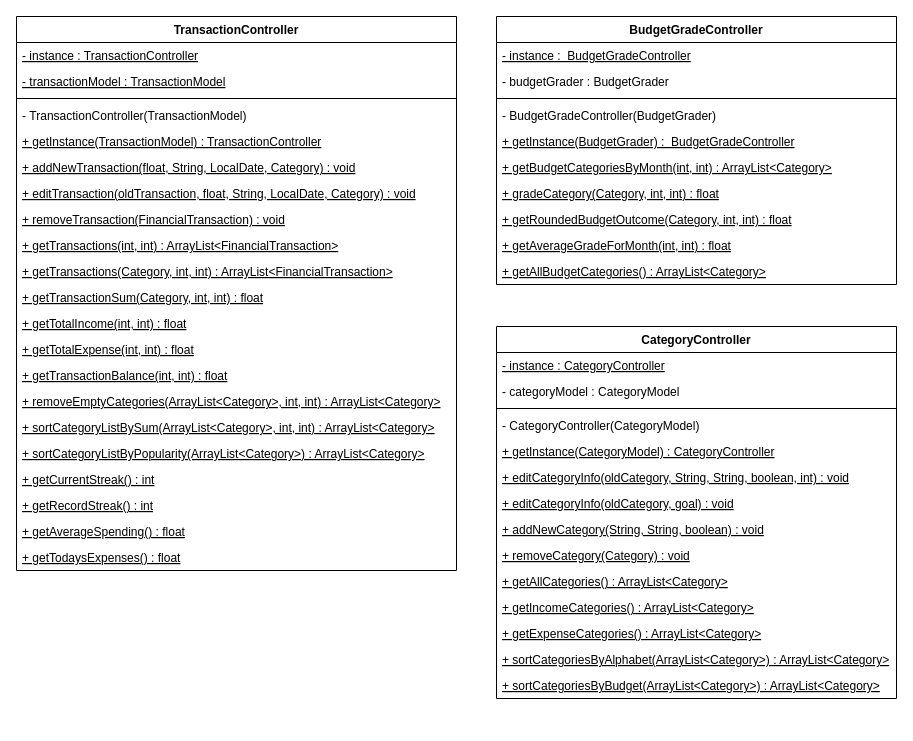
This is Documents/UML/Controller Package with Singelton.drawio from Omar-su/TDA367-LEEFO-Project, a draw.io file, before an edit. Source tidied: cells renumbered, new cells numbered last; positions are measured from the earlier drawing's top-left corner, leaving out a move shared by most shapes. Both pictures are drawn from the tidied source at 100%, with x=0, y=0 at pixel (16, 16).
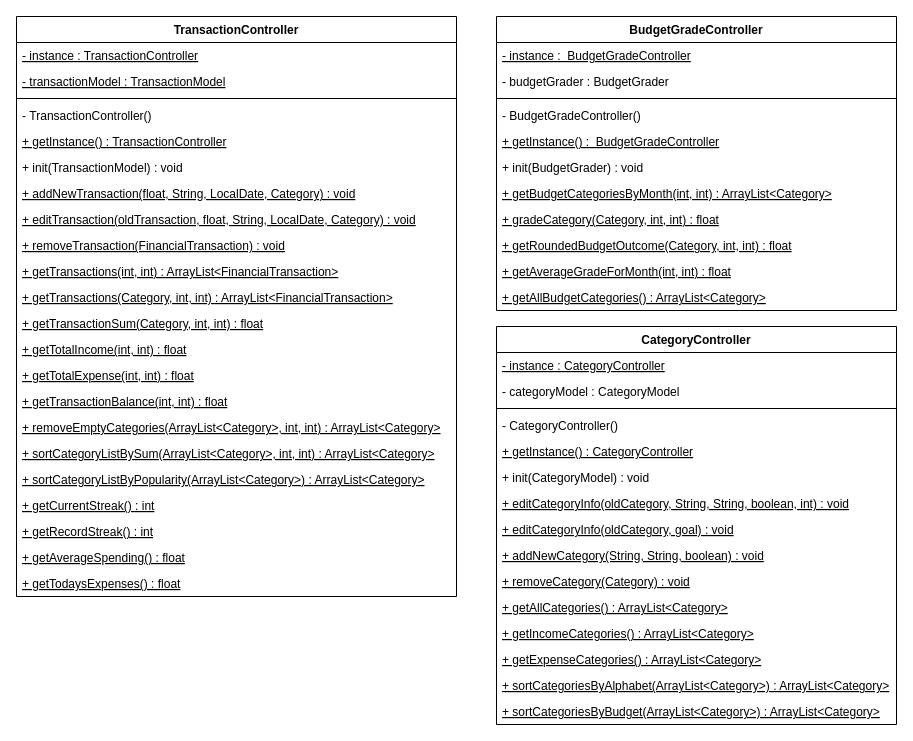
The same page after the edit.

Change to the diagram source:
```diff
@@
     <mxCell id="2" value="TransactionController" style="swimlane;fontStyle=1;align=center;verticalAlign=top;horizontal=1;startSize=26;" parent="1" vertex="1">
-      <mxGeometry width="440" height="554" as="geometry" />
+      <mxGeometry width="440" height="580" as="geometry" />
     </mxCell>
@@
-    <mxCell id="6" value="- TransactionController(TransactionModel) " style="text;strokeColor=none;fillColor=none;align=left;verticalAlign=top;spacingLeft=4;spacingRight=4;overflow=hidden;" parent="2" vertex="1">
+    <mxCell id="6" value="- TransactionController()" style="text;strokeColor=none;fillColor=none;align=left;verticalAlign=top;spacingLeft=4;spacingRight=4;overflow=hidden;" parent="2" vertex="1">
       <mxGeometry y="86" width="440" height="26" as="geometry" />
     </mxCell>
-    <mxCell id="7" value="+ getInstance(TransactionModel) : TransactionController" style="text;strokeColor=none;fillColor=none;align=left;verticalAlign=top;spacingLeft=4;spacingRight=4;overflow=hidden;fontStyle=4;" parent="2" vertex="1">
+    <mxCell id="7" value="+ getInstance() : TransactionController" style="text;strokeColor=none;fillColor=none;align=left;verticalAlign=top;spacingLeft=4;spacingRight=4;overflow=hidden;fontStyle=4;" parent="2" vertex="1">
       <mxGeometry y="112" width="440" height="26" as="geometry" />
     </mxCell>
+    <mxCell id="50" value="+ init(TransactionModel) : void" style="text;strokeColor=none;fillColor=none;align=left;verticalAlign=top;spacingLeft=4;spacingRight=4;overflow=hidden;" parent="2" vertex="1">
+      <mxGeometry y="138" width="440" height="26" as="geometry" />
+    </mxCell>
     <mxCell id="8" value="+ addNewTransaction(float, String, LocalDate, Category) : void" style="text;strokeColor=none;fillColor=none;align=left;verticalAlign=top;spacingLeft=4;spacingRight=4;overflow=hidden;fontStyle=4;" parent="2" vertex="1">
-      <mxGeometry y="138" width="440" height="26" as="geometry" />
+      <mxGeometry y="164" width="440" height="26" as="geometry" />
     </mxCell>
     <mxCell id="9" value="+ editTransaction(oldTransaction, float, String, LocalDate, Category) : void" style="text;strokeColor=none;fillColor=none;align=left;verticalAlign=top;spacingLeft=4;spacingRight=4;overflow=hidden;fontStyle=4;" parent="2" vertex="1">
-      <mxGeometry y="164" width="440" height="26" as="geometry" />
+      <mxGeometry y="190" width="440" height="26" as="geometry" />
     </mxCell>
     <mxCell id="10" value="+ removeTransaction(FinancialTransaction) : void" style="text;strokeColor=none;fillColor=none;align=left;verticalAlign=top;spacingLeft=4;spacingRight=4;overflow=hidden;fontStyle=4;" parent="2" vertex="1">
-      <mxGeometry y="190" width="440" height="26" as="geometry" />
+      <mxGeometry y="216" width="440" height="26" as="geometry" />
     </mxCell>
     <mxCell id="11" value="+ getTransactions(int, int) : ArrayList&lt;FinancialTransaction&gt;" style="text;strokeColor=none;fillColor=none;align=left;verticalAlign=top;spacingLeft=4;spacingRight=4;overflow=hidden;fontStyle=4;" parent="2" vertex="1">
-      <mxGeometry y="216" width="440" height="26" as="geometry" />
+      <mxGeometry y="242" width="440" height="26" as="geometry" />
     </mxCell>
     <mxCell id="12" value="+ getTransactions(Category, int, int) : ArrayList&lt;FinancialTransaction&gt;" style="text;strokeColor=none;fillColor=none;align=left;verticalAlign=top;spacingLeft=4;spacingRight=4;overflow=hidden;fontStyle=4;" parent="2" vertex="1">
-      <mxGeometry y="242" width="440" height="26" as="geometry" />
+      <mxGeometry y="268" width="440" height="26" as="geometry" />
     </mxCell>
     <mxCell id="13" value="+ getTransactionSum(Category, int, int) : float" style="text;strokeColor=none;fillColor=none;align=left;verticalAlign=top;spacingLeft=4;spacingRight=4;overflow=hidden;fontStyle=4;" parent="2" vertex="1">
-      <mxGeometry y="268" width="440" height="26" as="geometry" />
+      <mxGeometry y="294" width="440" height="26" as="geometry" />
     </mxCell>
     <mxCell id="14" value="+ getTotalIncome(int, int) : float" style="text;strokeColor=none;fillColor=none;align=left;verticalAlign=top;spacingLeft=4;spacingRight=4;overflow=hidden;fontStyle=4;" parent="2" vertex="1">
-      <mxGeometry y="294" width="440" height="26" as="geometry" />
+      <mxGeometry y="320" width="440" height="26" as="geometry" />
     </mxCell>
     <mxCell id="15" value="+ getTotalExpense(int, int) : float" style="text;strokeColor=none;fillColor=none;align=left;verticalAlign=top;spacingLeft=4;spacingRight=4;overflow=hidden;fontStyle=4;" parent="2" vertex="1">
-      <mxGeometry y="320" width="440" height="26" as="geometry" />
+      <mxGeometry y="346" width="440" height="26" as="geometry" />
     </mxCell>
     <mxCell id="16" value="+ getTransactionBalance(int, int) : float" style="text;strokeColor=none;fillColor=none;align=left;verticalAlign=top;spacingLeft=4;spacingRight=4;overflow=hidden;fontStyle=4;" parent="2" vertex="1">
-      <mxGeometry y="346" width="440" height="26" as="geometry" />
+      <mxGeometry y="372" width="440" height="26" as="geometry" />
     </mxCell>
     <mxCell id="17" value="+ removeEmptyCategories(ArrayList&lt;Category&gt;, int, int) : ArrayList&lt;Category&gt;" style="text;strokeColor=none;fillColor=none;align=left;verticalAlign=top;spacingLeft=4;spacingRight=4;overflow=hidden;fontStyle=4;" parent="2" vertex="1">
-      <mxGeometry y="372" width="440" height="26" as="geometry" />
+      <mxGeometry y="398" width="440" height="26" as="geometry" />
     </mxCell>
     <mxCell id="18" value="+ sortCategoryListBySum(ArrayList&lt;Category&gt;, int, int) : ArrayList&lt;Category&gt;" style="text;strokeColor=none;fillColor=none;align=left;verticalAlign=top;spacingLeft=4;spacingRight=4;overflow=hidden;fontStyle=4;" parent="2" vertex="1">
-      <mxGeometry y="398" width="440" height="26" as="geometry" />
+      <mxGeometry y="424" width="440" height="26" as="geometry" />
     </mxCell>
     <mxCell id="19" value="+ sortCategoryListByPopularity(ArrayList&lt;Category&gt;) : ArrayList&lt;Category&gt;" style="text;strokeColor=none;fillColor=none;align=left;verticalAlign=top;spacingLeft=4;spacingRight=4;overflow=hidden;fontStyle=4;" parent="2" vertex="1">
-      <mxGeometry y="424" width="440" height="26" as="geometry" />
+      <mxGeometry y="450" width="440" height="26" as="geometry" />
     </mxCell>
     <mxCell id="20" value="+ getCurrentStreak() : int" style="text;strokeColor=none;fillColor=none;align=left;verticalAlign=top;spacingLeft=4;spacingRight=4;overflow=hidden;fontStyle=4;" parent="2" vertex="1">
-      <mxGeometry y="450" width="440" height="26" as="geometry" />
+      <mxGeometry y="476" width="440" height="26" as="geometry" />
     </mxCell>
     <mxCell id="21" value="+ getRecordStreak() : int" style="text;strokeColor=none;fillColor=none;align=left;verticalAlign=top;spacingLeft=4;spacingRight=4;overflow=hidden;fontStyle=4;" parent="2" vertex="1">
-      <mxGeometry y="476" width="440" height="26" as="geometry" />
+      <mxGeometry y="502" width="440" height="26" as="geometry" />
     </mxCell>
     <mxCell id="22" value="+ getAverageSpending() : float" style="text;strokeColor=none;fillColor=none;align=left;verticalAlign=top;spacingLeft=4;spacingRight=4;overflow=hidden;fontStyle=4;" parent="2" vertex="1">
-      <mxGeometry y="502" width="440" height="26" as="geometry" />
+      <mxGeometry y="528" width="440" height="26" as="geometry" />
     </mxCell>
     <mxCell id="23" value="+ getTodaysExpenses() : float" style="text;strokeColor=none;fillColor=none;align=left;verticalAlign=top;spacingLeft=4;spacingRight=4;overflow=hidden;fontStyle=4;" parent="2" vertex="1">
-      <mxGeometry y="528" width="440" height="26" as="geometry" />
+      <mxGeometry y="554" width="440" height="26" as="geometry" />
     </mxCell>
     <mxCell id="24" value="BudgetGradeController" style="swimlane;fontStyle=1;align=center;verticalAlign=top;horizontal=1;startSize=26;" parent="1" vertex="1">
-      <mxGeometry x="480" width="400" height="268" as="geometry" />
+      <mxGeometry x="480" width="400" height="294" as="geometry" />
     </mxCell>
@@
-    <mxCell id="28" value="- BudgetGradeController(BudgetGrader)" style="text;strokeColor=none;fillColor=none;align=left;verticalAlign=top;spacingLeft=4;spacingRight=4;overflow=hidden;" parent="24" vertex="1">
+    <mxCell id="28" value="- BudgetGradeController()" style="text;strokeColor=none;fillColor=none;align=left;verticalAlign=top;spacingLeft=4;spacingRight=4;overflow=hidden;" parent="24" vertex="1">
       <mxGeometry y="86" width="400" height="26" as="geometry" />
     </mxCell>
-    <mxCell id="29" value="+ getInstance(BudgetGrader) :  BudgetGradeController" style="text;strokeColor=none;fillColor=none;align=left;verticalAlign=top;spacingLeft=4;spacingRight=4;overflow=hidden;fontStyle=4;" parent="24" vertex="1">
+    <mxCell id="29" value="+ getInstance() :  BudgetGradeController" style="text;strokeColor=none;fillColor=none;align=left;verticalAlign=top;spacingLeft=4;spacingRight=4;overflow=hidden;fontStyle=4;" parent="24" vertex="1">
       <mxGeometry y="112" width="400" height="26" as="geometry" />
     </mxCell>
+    <mxCell id="51" value="+ init(BudgetGrader) : void" style="text;strokeColor=none;fillColor=none;align=left;verticalAlign=top;spacingLeft=4;spacingRight=4;overflow=hidden;" parent="24" vertex="1">
+      <mxGeometry y="138" width="400" height="26" as="geometry" />
+    </mxCell>
     <mxCell id="30" value="+ getBudgetCategoriesByMonth(int, int) : ArrayList&lt;Category&gt;" style="text;strokeColor=none;fillColor=none;align=left;verticalAlign=top;spacingLeft=4;spacingRight=4;overflow=hidden;fontStyle=4;" parent="24" vertex="1">
-      <mxGeometry y="138" width="400" height="26" as="geometry" />
+      <mxGeometry y="164" width="400" height="26" as="geometry" />
     </mxCell>
     <mxCell id="31" value="+ gradeCategory(Category, int, int) : float" style="text;strokeColor=none;fillColor=none;align=left;verticalAlign=top;spacingLeft=4;spacingRight=4;overflow=hidden;fontStyle=4;" parent="24" vertex="1">
-      <mxGeometry y="164" width="400" height="26" as="geometry" />
+      <mxGeometry y="190" width="400" height="26" as="geometry" />
     </mxCell>
     <mxCell id="32" value="+ getRoundedBudgetOutcome(Category, int, int) : float" style="text;strokeColor=none;fillColor=none;align=left;verticalAlign=top;spacingLeft=4;spacingRight=4;overflow=hidden;fontStyle=4;" parent="24" vertex="1">
-      <mxGeometry y="190" width="400" height="26" as="geometry" />
+      <mxGeometry y="216" width="400" height="26" as="geometry" />
     </mxCell>
     <mxCell id="33" value="+ getAverageGradeForMonth(int, int) : float" style="text;strokeColor=none;fillColor=none;align=left;verticalAlign=top;spacingLeft=4;spacingRight=4;overflow=hidden;fontStyle=4;" parent="24" vertex="1">
-      <mxGeometry y="216" width="400" height="26" as="geometry" />
+      <mxGeometry y="242" width="400" height="26" as="geometry" />
     </mxCell>
     <mxCell id="34" value="+ getAllBudgetCategories() : ArrayList&lt;Category&gt;" style="text;strokeColor=none;fillColor=none;align=left;verticalAlign=top;spacingLeft=4;spacingRight=4;overflow=hidden;fontStyle=4;" parent="24" vertex="1">
-      <mxGeometry y="242" width="400" height="26" as="geometry" />
+      <mxGeometry y="268" width="400" height="26" as="geometry" />
     </mxCell>
     <mxCell id="35" value="CategoryController" style="swimlane;fontStyle=1;align=center;verticalAlign=top;horizontal=1;startSize=26;" parent="1" vertex="1">
-      <mxGeometry x="480" y="310" width="400" height="372" as="geometry" />
+      <mxGeometry x="480" y="310" width="400" height="398" as="geometry" />
     </mxCell>
@@
-    <mxCell id="39" value="- CategoryController(CategoryModel)" style="text;strokeColor=none;fillColor=none;align=left;verticalAlign=top;spacingLeft=4;spacingRight=4;overflow=hidden;" parent="35" vertex="1">
+    <mxCell id="39" value="- CategoryController()" style="text;strokeColor=none;fillColor=none;align=left;verticalAlign=top;spacingLeft=4;spacingRight=4;overflow=hidden;" parent="35" vertex="1">
       <mxGeometry y="86" width="400" height="26" as="geometry" />
     </mxCell>
-    <mxCell id="40" value="+ getInstance(CategoryModel) : CategoryController" style="text;strokeColor=none;fillColor=none;align=left;verticalAlign=top;spacingLeft=4;spacingRight=4;overflow=hidden;fontStyle=4;" parent="35" vertex="1">
+    <mxCell id="40" value="+ getInstance() : CategoryController" style="text;strokeColor=none;fillColor=none;align=left;verticalAlign=top;spacingLeft=4;spacingRight=4;overflow=hidden;fontStyle=4;" parent="35" vertex="1">
       <mxGeometry y="112" width="400" height="26" as="geometry" />
     </mxCell>
+    <mxCell id="52" value="+ init(CategoryModel) : void" style="text;strokeColor=none;fillColor=none;align=left;verticalAlign=top;spacingLeft=4;spacingRight=4;overflow=hidden;" parent="35" vertex="1">
+      <mxGeometry y="138" width="400" height="26" as="geometry" />
+    </mxCell>
     <mxCell id="41" value="+ editCategoryInfo(oldCategory, String, String, boolean, int) : void&#10;" style="text;strokeColor=none;fillColor=none;align=left;verticalAlign=top;spacingLeft=4;spacingRight=4;overflow=hidden;fontStyle=4;" parent="35" vertex="1">
-      <mxGeometry y="138" width="400" height="26" as="geometry" />
+      <mxGeometry y="164" width="400" height="26" as="geometry" />
     </mxCell>
     <mxCell id="42" value="+ editCategoryInfo(oldCategory, goal) : void&#10;" style="text;strokeColor=none;fillColor=none;align=left;verticalAlign=top;spacingLeft=4;spacingRight=4;overflow=hidden;fontStyle=4;" parent="35" vertex="1">
-      <mxGeometry y="164" width="400" height="26" as="geometry" />
+      <mxGeometry y="190" width="400" height="26" as="geometry" />
     </mxCell>
     <mxCell id="43" value="+ addNewCategory(String, String, boolean) : void&#10;" style="text;strokeColor=none;fillColor=none;align=left;verticalAlign=top;spacingLeft=4;spacingRight=4;overflow=hidden;fontStyle=4;" parent="35" vertex="1">
-      <mxGeometry y="190" width="400" height="26" as="geometry" />
+      <mxGeometry y="216" width="400" height="26" as="geometry" />
     </mxCell>
     <mxCell id="44" value="+ removeCategory(Category) : void&#10;" style="text;strokeColor=none;fillColor=none;align=left;verticalAlign=top;spacingLeft=4;spacingRight=4;overflow=hidden;fontStyle=4;" parent="35" vertex="1">
-      <mxGeometry y="216" width="400" height="26" as="geometry" />
+      <mxGeometry y="242" width="400" height="26" as="geometry" />
     </mxCell>
     <mxCell id="45" value="+ getAllCategories() : ArrayList&lt;Category&gt;&#10;" style="text;strokeColor=none;fillColor=none;align=left;verticalAlign=top;spacingLeft=4;spacingRight=4;overflow=hidden;fontStyle=4;" parent="35" vertex="1">
-      <mxGeometry y="242" width="400" height="26" as="geometry" />
+      <mxGeometry y="268" width="400" height="26" as="geometry" />
     </mxCell>
     <mxCell id="46" value="+ getIncomeCategories() : ArrayList&lt;Category&gt;&#10;" style="text;strokeColor=none;fillColor=none;align=left;verticalAlign=top;spacingLeft=4;spacingRight=4;overflow=hidden;fontStyle=4;" parent="35" vertex="1">
-      <mxGeometry y="268" width="400" height="26" as="geometry" />
+      <mxGeometry y="294" width="400" height="26" as="geometry" />
     </mxCell>
     <mxCell id="47" value="+ getExpenseCategories() : ArrayList&lt;Category&gt;&#10;" style="text;strokeColor=none;fillColor=none;align=left;verticalAlign=top;spacingLeft=4;spacingRight=4;overflow=hidden;fontStyle=4;" parent="35" vertex="1">
-      <mxGeometry y="294" width="400" height="26" as="geometry" />
+      <mxGeometry y="320" width="400" height="26" as="geometry" />
     </mxCell>
     <mxCell id="48" value="+ sortCategoriesByAlphabet(ArrayList&lt;Category&gt;) : ArrayList&lt;Category&gt;" style="text;strokeColor=none;fillColor=none;align=left;verticalAlign=top;spacingLeft=4;spacingRight=4;overflow=hidden;fontStyle=4;" parent="35" vertex="1">
-      <mxGeometry y="320" width="400" height="26" as="geometry" />
+      <mxGeometry y="346" width="400" height="26" as="geometry" />
     </mxCell>
     <mxCell id="49" value="+ sortCategoriesByBudget(ArrayList&lt;Category&gt;) : ArrayList&lt;Category&gt;" style="text;strokeColor=none;fillColor=none;align=left;verticalAlign=top;spacingLeft=4;spacingRight=4;overflow=hidden;fontStyle=4;" parent="35" vertex="1">
-      <mxGeometry y="346" width="400" height="26" as="geometry" />
+      <mxGeometry y="372" width="400" height="26" as="geometry" />
     </mxCell>
```
